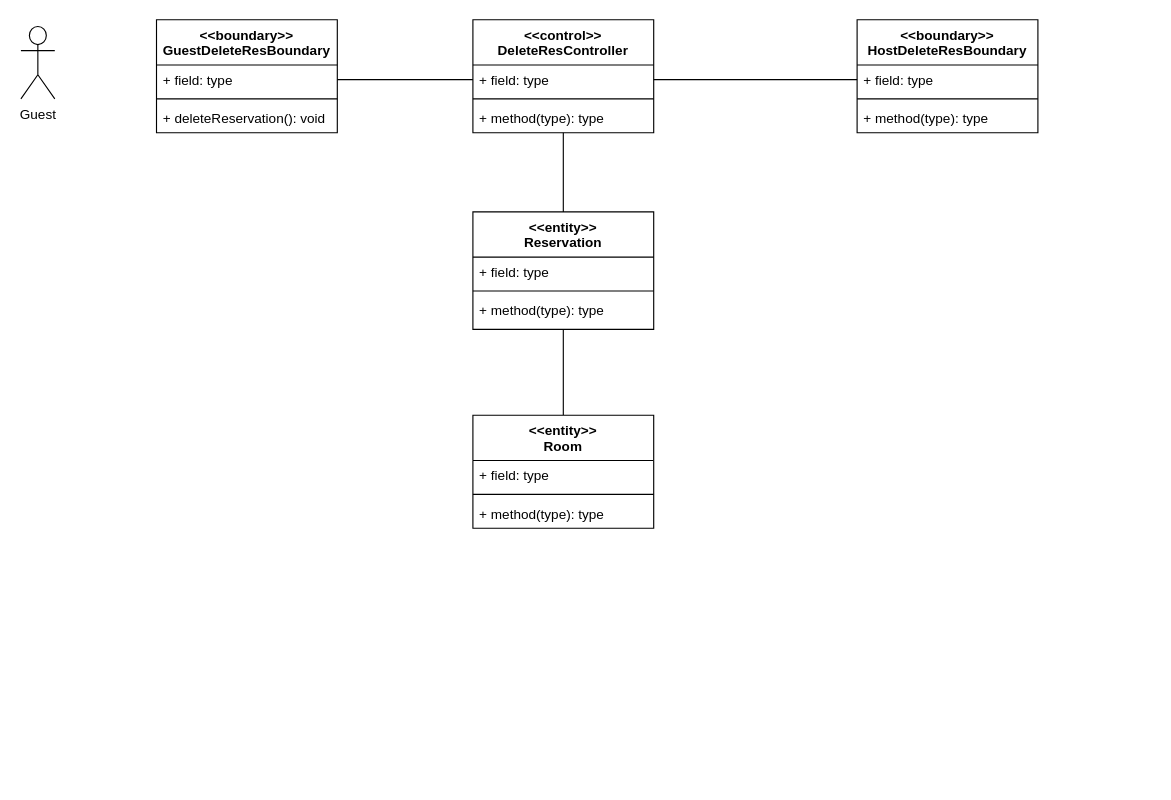
Before: Docs/VoPC/VoPC DeleteReservation.drawio in nic-agos/DoveStudi, a draw.io diagram. Source tidied: cells renumbered, new cells numbered last; positions are measured from the earlier drawing's top-left corner, leaving out a move shared by most shapes. Both pictures are drawn from the tidied source at 113%, with x=0, y=0 at pixel (20, 19).
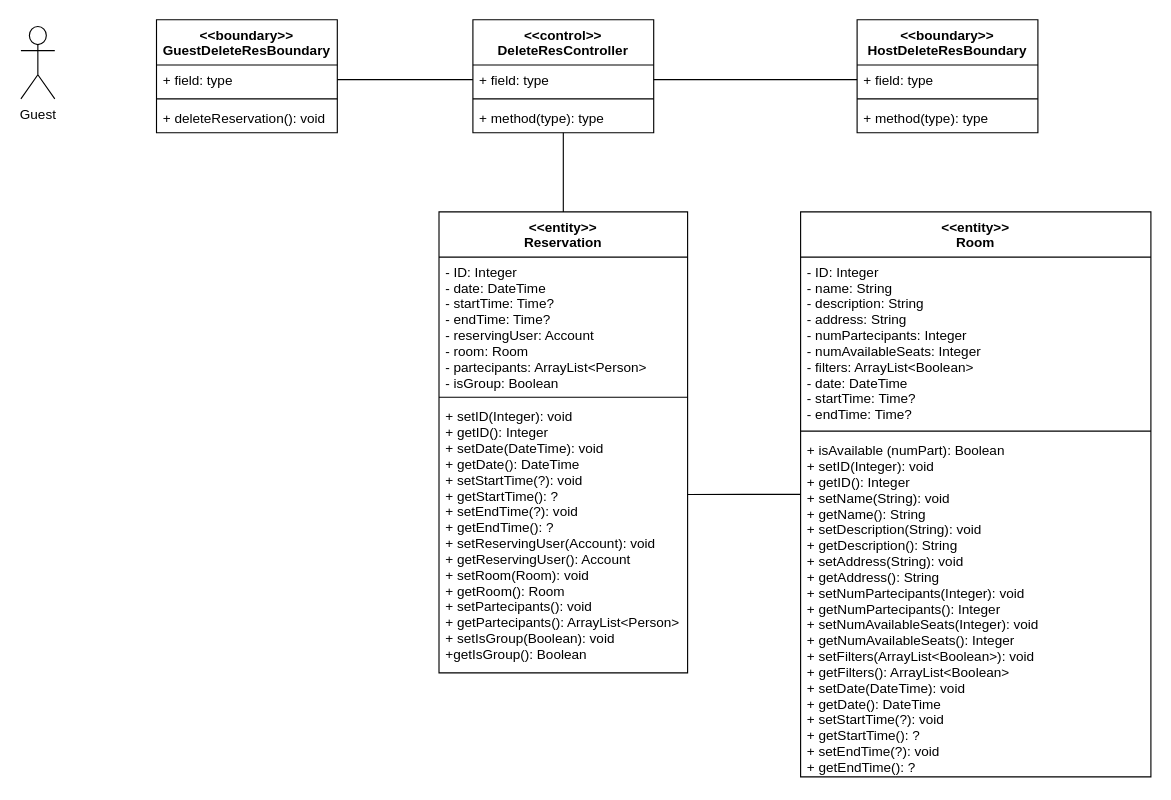
The same diagram, later.

Commit message:
added setter and getter methods

Unchanged cells that the change refers to:
```xml
<mxCell id="10" value="+ method(type): type" style="text;strokeColor=none;fillColor=none;align=left;verticalAlign=top;spacingLeft=4;spacingRight=4;overflow=hidden;points=[[0,0.5],[1,0.5]];portConstraint=eastwest;" parent="7" vertex="1">
  <mxGeometry y="74" width="160" height="26" as="geometry" />
</mxCell>
```

Change to the diagram source:
```diff
@@
-    <mxCell id="2" style="edgeStyle=orthogonalEdgeStyle;rounded=0;jettySize=auto;html=1;exitX=0.5;exitY=0;exitDx=0;exitDy=0;entryX=0.5;entryY=1;entryDx=0;entryDy=0;entryPerimeter=0;endArrow=none;endFill=0;" parent="1" edge="1" source="3" target="10">
-      <mxGeometry relative="1" as="geometry" />
-    </mxCell>
-    <mxCell id="3" value="&lt;&lt;entity&gt;&gt;&#10;Reservation" style="swimlane;fontStyle=1;align=center;verticalAlign=top;horizontal=1;startSize=40;" parent="1" vertex="1">
-      <mxGeometry x="400" y="170" width="160" height="104" as="geometry" />
-    </mxCell>
-    <mxCell id="4" value="+ field: type" style="text;strokeColor=none;fillColor=none;align=left;verticalAlign=top;spacingLeft=4;spacingRight=4;overflow=hidden;" parent="3" vertex="1">
-      <mxGeometry y="40" width="160" height="26" as="geometry" />
-    </mxCell>
-    <mxCell id="5" style="line;strokeWidth=1;fillColor=none;align=left;verticalAlign=middle;spacingTop=-1;spacingLeft=3;spacingRight=3;labelPosition=right;" parent="3" vertex="1">
-      <mxGeometry y="66" width="160" height="8" as="geometry" />
-    </mxCell>
-    <mxCell id="6" value="+ method(type): type" style="text;strokeColor=none;fillColor=none;align=left;verticalAlign=top;spacingLeft=4;spacingRight=4;overflow=hidden;points=[[0,0.5],[1,0.5]];portConstraint=eastwest;" parent="3" vertex="1">
-      <mxGeometry y="74" width="160" height="30" as="geometry" />
-    </mxCell>
@@
-    <mxCell id="17" style="edgeStyle=orthogonalEdgeStyle;rounded=0;jettySize=auto;html=1;entryX=0.5;entryY=1;entryDx=0;entryDy=0;entryPerimeter=0;endArrow=none;endFill=0;" parent="1" edge="1" source="18" target="6">
-      <mxGeometry relative="1" as="geometry" />
-    </mxCell>
-    <mxCell id="18" value="&lt;&lt;entity&gt;&gt;&#10;Room" style="swimlane;fontStyle=1;align=center;verticalAlign=top;horizontal=1;startSize=40;" parent="1" vertex="1">
-      <mxGeometry x="400" y="350" width="160" height="100" as="geometry" />
-    </mxCell>
-    <mxCell id="19" value="+ field: type" style="text;strokeColor=none;fillColor=none;align=left;verticalAlign=top;spacingLeft=4;spacingRight=4;overflow=hidden;" parent="18" vertex="1">
-      <mxGeometry y="40" width="160" height="26" as="geometry" />
-    </mxCell>
-    <mxCell id="20" style="line;strokeWidth=1;fillColor=none;align=left;verticalAlign=middle;spacingTop=-1;spacingLeft=3;spacingRight=3;labelPosition=right;" parent="18" vertex="1">
-      <mxGeometry y="66" width="160" height="8" as="geometry" />
-    </mxCell>
-    <mxCell id="21" value="+ method(type): type" style="text;strokeColor=none;fillColor=none;align=left;verticalAlign=top;spacingLeft=4;spacingRight=4;overflow=hidden;" parent="18" vertex="1">
-      <mxGeometry y="74" width="160" height="26" as="geometry" />
-    </mxCell>
@@
+    <mxCell id="27" style="edgeStyle=orthogonalEdgeStyle;rounded=0;jettySize=auto;html=1;entryX=1;entryY=0.342;entryDx=0;entryDy=0;entryPerimeter=0;endArrow=none;endFill=0;" parent="1" edge="1" source="18" target="33">
+      <mxGeometry relative="1" as="geometry" />
+    </mxCell>
+    <mxCell id="18" value="&lt;&lt;entity&gt;&gt;&#10;Room" style="swimlane;fontStyle=1;align=center;verticalAlign=top;horizontal=1;startSize=40;" parent="1" vertex="1">
+      <mxGeometry x="690" y="170" width="310" height="500" as="geometry" />
+    </mxCell>
+    <mxCell id="28" value="- ID: Integer&#10;- name: String&#10;- description: String&#10;- address: String&#10;- numPartecipants: Integer&#10;- numAvailableSeats: Integer&#10;- filters: ArrayList&lt;Boolean&gt;&#10;- date: DateTime&#10;- startTime: Time?&#10;- endTime: Time?" style="text;strokeColor=none;fillColor=none;align=left;verticalAlign=top;spacingLeft=4;spacingRight=4;overflow=hidden;" parent="18" vertex="1">
+      <mxGeometry y="40" width="310" height="150" as="geometry" />
+    </mxCell>
+    <mxCell id="29" style="line;strokeWidth=1;fillColor=none;align=left;verticalAlign=middle;spacingTop=-1;spacingLeft=3;spacingRight=3;labelPosition=right;" parent="18" vertex="1">
+      <mxGeometry y="190" width="310" height="8" as="geometry" />
+    </mxCell>
+    <mxCell id="30" value="+ isAvailable (numPart): Boolean&#10;+ setID(Integer): void &#10;+ getID(): Integer&#10;+ setName(String): void&#10;+ getName(): String&#10;+ setDescription(String): void&#10;+ getDescription(): String&#10;+ setAddress(String): void&#10;+ getAddress(): String&#10;+ setNumPartecipants(Integer): void&#10;+ getNumPartecipants(): Integer&#10;+ setNumAvailableSeats(Integer): void&#10;+ getNumAvailableSeats(): Integer&#10;+ setFilters(ArrayList&lt;Boolean&gt;): void&#10;+ getFilters(): ArrayList&lt;Boolean&gt;&#10;+ setDate(DateTime): void&#10;+ getDate(): DateTime&#10;+ setStartTime(?): void&#10;+ getStartTime(): ?&#10;+ setEndTime(?): void&#10;+ getEndTime(): ?&#10; &#10;&#10; " style="text;strokeColor=none;fillColor=none;align=left;verticalAlign=top;spacingLeft=4;spacingRight=4;overflow=hidden;" parent="18" vertex="1">
+      <mxGeometry y="198" width="310" height="302" as="geometry" />
+    </mxCell>
+    <mxCell id="2" style="edgeStyle=orthogonalEdgeStyle;rounded=0;jettySize=auto;html=1;entryX=0.5;entryY=1;entryDx=0;entryDy=0;entryPerimeter=0;endArrow=none;endFill=0;" parent="1" edge="1" source="3" target="10">
+      <mxGeometry relative="1" as="geometry" />
+    </mxCell>
+    <mxCell id="3" value="&lt;&lt;entity&gt;&gt;&#10;Reservation" style="swimlane;fontStyle=1;align=center;verticalAlign=top;horizontal=1;startSize=40;" parent="1" vertex="1">
+      <mxGeometry x="370" y="170" width="220" height="408" as="geometry" />
+    </mxCell>
+    <mxCell id="31" value="- ID: Integer&#10;- date: DateTime&#10;- startTime: Time?&#10;- endTime: Time?&#10;- reservingUser: Account&#10;- room: Room&#10;- partecipants: ArrayList&lt;Person&gt;&#10;- isGroup: Boolean" style="text;strokeColor=none;fillColor=none;align=left;verticalAlign=top;spacingLeft=4;spacingRight=4;overflow=hidden;" parent="3" vertex="1">
+      <mxGeometry y="40" width="220" height="120" as="geometry" />
+    </mxCell>
+    <mxCell id="32" style="line;strokeWidth=1;fillColor=none;align=left;verticalAlign=middle;spacingTop=-1;spacingLeft=3;spacingRight=3;labelPosition=right;" parent="3" vertex="1">
+      <mxGeometry y="160" width="220" height="8" as="geometry" />
+    </mxCell>
+    <mxCell id="33" value="+ setID(Integer): void &#10;+ getID(): Integer&#10;+ setDate(DateTime): void&#10;+ getDate(): DateTime&#10;+ setStartTime(?): void&#10;+ getStartTime(): ?&#10;+ setEndTime(?): void&#10;+ getEndTime(): ?&#10;+ setReservingUser(Account): void&#10;+ getReservingUser(): Account&#10;+ setRoom(Room): void&#10;+ getRoom(): Room&#10;+ setPartecipants(): void&#10;+ getPartecipants(): ArrayList&lt;Person&gt;&#10;+ setIsGroup(Boolean): void&#10;+getIsGroup(): Boolean" style="text;strokeColor=none;fillColor=none;align=left;verticalAlign=top;spacingLeft=4;spacingRight=4;overflow=hidden;points=[[0,0.5],[1,0.5]];portConstraint=eastwest;" parent="3" vertex="1">
+      <mxGeometry y="168" width="220" height="240" as="geometry" />
+    </mxCell>
```
